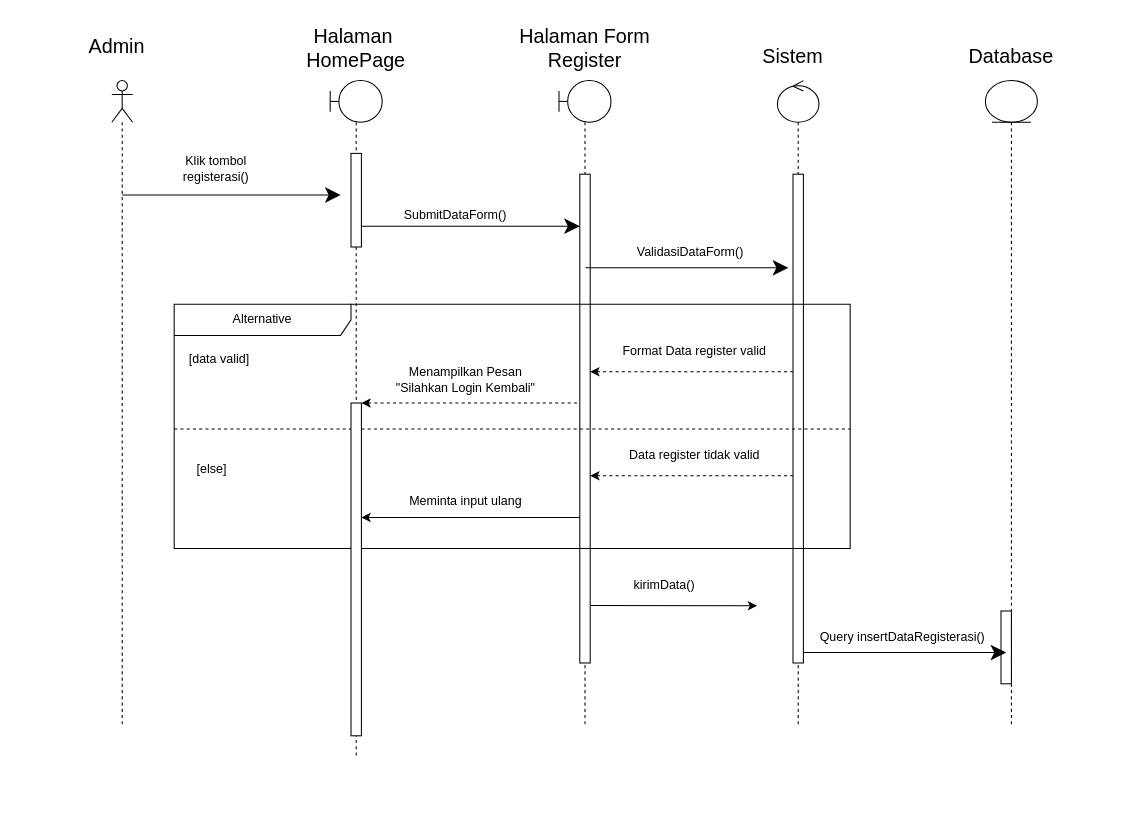
Earlier version of the draw.io diagram page "Registerasi" (26 of 31) of FIxed/Sequence Complete .drawio (AriqFaridzki/SE-UTS-2023). Source tidied: cells renumbered, new cells numbered last; positions are measured from the earlier drawing's top-left corner, leaving out a move shared by most shapes. Both pictures are drawn from the tidied source at 104%, with x=0, y=0 at pixel (18, 18).
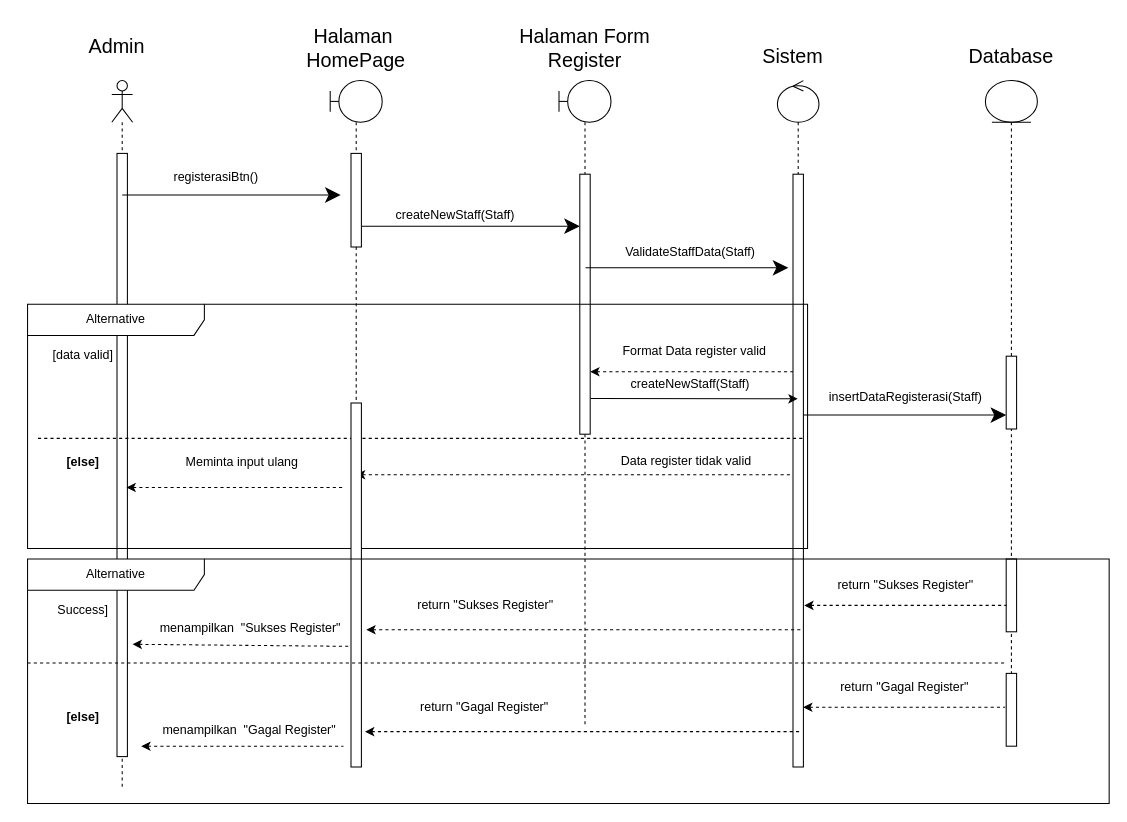
The same page after the edit.

Unchanged cells that the change refers to:
```xml
<mxCell id="5" style="shape=umlLifeline;perimeter=lifelinePerimeter;whiteSpace=wrap;html=1;newEdgeStyle={&quot;edgeStyle&quot;:&quot;elbowEdgeStyle&quot;,&quot;elbow&quot;:&quot;vertical&quot;,&quot;curved&quot;:0,&quot;rounded&quot;:0};participant=umlBoundary;" parent="1" vertex="1">
  <mxGeometry x="520" y="60" width="50" height="620" as="geometry" />
</mxCell>
```

The edit, as a diff of the source:
```diff
@@
     <mxCell id="2" style="shape=umlLifeline;perimeter=lifelinePerimeter;whiteSpace=wrap;html=1;newEdgeStyle={&quot;edgeStyle&quot;:&quot;elbowEdgeStyle&quot;,&quot;elbow&quot;:&quot;vertical&quot;,&quot;curved&quot;:0,&quot;rounded&quot;:0};participant=umlActor;" parent="1" vertex="1">
-      <mxGeometry x="90" y="60" width="20" height="620" as="geometry" />
+      <mxGeometry x="90" y="60" width="20" height="680" as="geometry" />
     </mxCell>
+    <mxCell id="38" style="html=1;perimeter=orthogonalPerimeter;targetShapes=umlLifeline;newEdgeStyle={&quot;edgeStyle&quot;:&quot;elbowEdgeStyle&quot;,&quot;elbow&quot;:&quot;vertical&quot;,&quot;curved&quot;:0,&quot;rounded&quot;:0};" parent="2" vertex="1">
+      <mxGeometry x="5" y="70" width="10" height="580" as="geometry" />
+    </mxCell>
@@
-    <mxCell id="6" style="edgeStyle=elbowEdgeStyle;rounded=0;orthogonalLoop=1;jettySize=auto;html=1;elbow=vertical;curved=0;" parent="5" edge="1">
-      <mxGeometry relative="1" as="geometry">
-        <mxPoint x="30.5" y="504.7" as="sourcePoint" />
-        <mxPoint x="190.5" y="505" as="targetPoint" />
-      </mxGeometry>
-    </mxCell>
     <mxCell id="7" style="html=1;points=[];perimeter=orthogonalPerimeter;outlineConnect=0;targetShapes=umlLifeline;portConstraint=eastwest;newEdgeStyle={&quot;edgeStyle&quot;:&quot;elbowEdgeStyle&quot;,&quot;elbow&quot;:&quot;vertical&quot;,&quot;curved&quot;:0,&quot;rounded&quot;:0};" parent="5" vertex="1">
-      <mxGeometry x="20" y="90" width="10" height="470" as="geometry" />
+      <mxGeometry x="20" y="90" width="10" height="250" as="geometry" />
     </mxCell>
@@
     <mxCell id="9" style="shape=umlLifeline;perimeter=lifelinePerimeter;whiteSpace=wrap;html=1;newEdgeStyle={&quot;edgeStyle&quot;:&quot;elbowEdgeStyle&quot;,&quot;elbow&quot;:&quot;vertical&quot;,&quot;curved&quot;:0,&quot;rounded&quot;:0};participant=umlControl;" parent="1" vertex="1">
-      <mxGeometry x="730" y="60" width="40" height="620" as="geometry" />
+      <mxGeometry x="730" y="60" width="40" height="660" as="geometry" />
     </mxCell>
     <mxCell id="10" style="html=1;points=[];perimeter=orthogonalPerimeter;outlineConnect=0;targetShapes=umlLifeline;portConstraint=eastwest;newEdgeStyle={&quot;edgeStyle&quot;:&quot;elbowEdgeStyle&quot;,&quot;elbow&quot;:&quot;vertical&quot;,&quot;curved&quot;:0,&quot;rounded&quot;:0};" parent="9" vertex="1">
-      <mxGeometry x="15" y="90" width="10" height="470" as="geometry" />
+      <mxGeometry x="15" y="90" width="10" height="570" as="geometry" />
     </mxCell>
     <mxCell id="11" style="shape=umlLifeline;perimeter=lifelinePerimeter;whiteSpace=wrap;html=1;newEdgeStyle={&quot;edgeStyle&quot;:&quot;elbowEdgeStyle&quot;,&quot;elbow&quot;:&quot;vertical&quot;,&quot;curved&quot;:0,&quot;rounded&quot;:0};participant=umlEntity;" parent="1" vertex="1">
-      <mxGeometry x="930" y="60" width="50" height="620" as="geometry" />
+      <mxGeometry x="930" y="60" width="50" height="640" as="geometry" />
     </mxCell>
     <mxCell id="12" style="html=1;perimeter=orthogonalPerimeter;targetShapes=umlLifeline;newEdgeStyle={&quot;edgeStyle&quot;:&quot;elbowEdgeStyle&quot;,&quot;elbow&quot;:&quot;vertical&quot;,&quot;curved&quot;:0,&quot;rounded&quot;:0};" parent="11" vertex="1">
-      <mxGeometry x="15" y="510" width="10" height="70" as="geometry" />
+      <mxGeometry x="20" y="265" width="10" height="70" as="geometry" />
     </mxCell>
+    <mxCell id="39" style="html=1;perimeter=orthogonalPerimeter;targetShapes=umlLifeline;newEdgeStyle={&quot;edgeStyle&quot;:&quot;elbowEdgeStyle&quot;,&quot;elbow&quot;:&quot;vertical&quot;,&quot;curved&quot;:0,&quot;rounded&quot;:0};" parent="11" vertex="1">
+      <mxGeometry x="20" y="460" width="10" height="70" as="geometry" />
+    </mxCell>
+    <mxCell id="40" style="html=1;perimeter=orthogonalPerimeter;targetShapes=umlLifeline;newEdgeStyle={&quot;edgeStyle&quot;:&quot;elbowEdgeStyle&quot;,&quot;elbow&quot;:&quot;vertical&quot;,&quot;curved&quot;:0,&quot;rounded&quot;:0};" parent="11" vertex="1">
+      <mxGeometry x="20" y="570" width="10" height="70" as="geometry" />
+    </mxCell>
@@
-    <mxCell id="15" value="SubmitDataForm()" style="text;html=1;align=center;verticalAlign=middle;strokeColor=none;fillColor=none;" parent="1" vertex="1">
-      <mxGeometry x="360" y="175" width="120" height="30" as="geometry" />
+    <mxCell id="15" value="createNewStaff(Staff)" style="text;html=1;align=center;verticalAlign=middle;strokeColor=none;fillColor=none;" parent="1" vertex="1">
+      <mxGeometry x="350" y="175" width="140" height="30" as="geometry" />
     </mxCell>
-    <mxCell id="16" value="ValidasiDataForm()" style="text;html=1;align=center;verticalAlign=middle;strokeColor=none;fillColor=none;" parent="1" vertex="1">
-      <mxGeometry x="580.5" y="210" width="130" height="30" as="geometry" />
+    <mxCell id="16" value="ValidateStaffData(Staff)" style="text;html=1;align=center;verticalAlign=middle;strokeColor=none;fillColor=none;" parent="1" vertex="1">
+      <mxGeometry x="570.5" y="210" width="150" height="30" as="geometry" />
     </mxCell>
@@
-    <mxCell id="19" value="kirimData()" style="text;html=1;align=center;verticalAlign=middle;strokeColor=none;fillColor=none;" parent="1" vertex="1">
-      <mxGeometry x="581" y="530" width="80" height="30" as="geometry" />
+    <mxCell id="19" value="createNewStaff(Staff)" style="text;html=1;align=center;verticalAlign=middle;strokeColor=none;fillColor=none;" parent="1" vertex="1">
+      <mxGeometry x="575.5" y="337" width="140" height="30" as="geometry" />
     </mxCell>
-    <mxCell id="20" style="endArrow=classic;endFill=1;endSize=12;html=1;rounded=0;" parent="1" edge="1" source="10">
+    <mxCell id="20" style="endArrow=classic;endFill=1;endSize=12;html=1;rounded=0;" parent="1" edge="1">
       <mxGeometry relative="1" as="geometry">
-        <mxPoint x="950" y="610" as="targetPoint" />
+        <mxPoint x="755" y="381.6" as="sourcePoint" />
+        <mxPoint x="950" y="381.6" as="targetPoint" />
       </mxGeometry>
     </mxCell>
-    <mxCell id="21" value="Query insertDataRegisterasi()" style="text;html=1;align=center;verticalAlign=middle;strokeColor=none;fillColor=none;" parent="1" vertex="1">
-      <mxGeometry x="760" y="580" width="180" height="30" as="geometry" />
+    <mxCell id="21" value="insertDataRegisterasi(Staff)" style="text;html=1;align=center;verticalAlign=middle;strokeColor=none;fillColor=none;" parent="1" vertex="1">
+      <mxGeometry x="763" y="350" width="180" height="30" as="geometry" />
     </mxCell>
     <mxCell id="22" value="Alternative" style="shape=umlFrame;whiteSpace=wrap;html=1;width=170;" parent="1" vertex="1">
-      <mxGeometry x="150" y="275" width="650" height="235" as="geometry" />
+      <mxGeometry x="9" y="275" width="750" height="235" as="geometry" />
     </mxCell>
-    <mxCell id="23" value="[else]" style="line;strokeWidth=1;dashed=1;labelPosition=center;verticalLabelPosition=bottom;align=left;verticalAlign=top;spacingLeft=20;spacingTop=15;html=1;whiteSpace=wrap;" parent="1" vertex="1">
-      <mxGeometry x="150" y="385" width="650" height="20" as="geometry" />
+    <mxCell id="23" style="line;strokeWidth=1;dashed=1;labelPosition=center;verticalLabelPosition=bottom;align=left;verticalAlign=top;spacingLeft=20;spacingTop=15;html=1;whiteSpace=wrap;" parent="1" vertex="1">
+      <mxGeometry x="19" y="394" width="735" height="20" as="geometry" />
     </mxCell>
     <mxCell id="24" value="&lt;span style=&quot;font-weight: normal;&quot;&gt;[data valid]&lt;/span&gt;" style="text;align=center;fontStyle=1;verticalAlign=middle;spacingLeft=3;spacingRight=3;strokeColor=none;html=1;" parent="1" vertex="1">
-      <mxGeometry x="150" y="315" width="85.1" height="26" as="geometry" />
+      <mxGeometry x="19" y="311" width="85.1" height="26" as="geometry" />
     </mxCell>
@@
-    <mxCell id="26" style="endArrow=none;endFill=0;endSize=12;html=1;rounded=0;startArrow=classic;startFill=1;dashed=1;" parent="1" edge="1" source="34">
-      <mxGeometry relative="1" as="geometry">
-        <mxPoint x="540" y="370" as="targetPoint" />
-      </mxGeometry>
-    </mxCell>
-    <mxCell id="27" value="Menampilkan Pesan&lt;br&gt;&quot;Silahkan Login Kembali&quot;" style="text;html=1;align=center;verticalAlign=middle;strokeColor=none;fillColor=none;" parent="1" vertex="1">
-      <mxGeometry x="350" y="328" width="160" height="40" as="geometry" />
-    </mxCell>
-    <mxCell id="28" style="endArrow=none;endFill=0;endSize=12;html=1;rounded=0;dashed=1;startArrow=classic;startFill=1;" parent="1" edge="1" target="10">
+    <mxCell id="28" style="endArrow=none;endFill=0;endSize=12;html=1;rounded=0;dashed=1;startArrow=classic;startFill=1;" parent="1" edge="1">
       <mxGeometry relative="1" as="geometry">
-        <mxPoint x="550" y="440" as="sourcePoint" />
+        <mxPoint x="324.7" y="439" as="sourcePoint" />
+        <mxPoint x="743" y="439" as="targetPoint" />
       </mxGeometry>
     </mxCell>
     <mxCell id="29" value="Data register tidak valid" style="text;html=1;align=center;verticalAlign=middle;strokeColor=none;fillColor=none;" parent="1" vertex="1">
-      <mxGeometry x="575" y="405" width="150" height="30" as="geometry" />
+      <mxGeometry x="567" y="411" width="150" height="30" as="geometry" />
     </mxCell>
-    <mxCell id="30" style="endArrow=none;endFill=0;endSize=12;html=1;rounded=0;startArrow=classic;startFill=1;" parent="1" edge="1" target="7">
+    <mxCell id="30" style="endArrow=none;endFill=0;endSize=12;html=1;rounded=0;startArrow=classic;startFill=1;dashed=1;" parent="1" edge="1">
       <mxGeometry relative="1" as="geometry">
-        <mxPoint x="330" y="480" as="sourcePoint" />
+        <mxPoint x="104.1" y="451.2" as="sourcePoint" />
+        <mxPoint x="314.1" y="451.2" as="targetPoint" />
       </mxGeometry>
     </mxCell>
     <mxCell id="31" value="Meminta input ulang" style="text;html=1;align=center;verticalAlign=middle;strokeColor=none;fillColor=none;" parent="1" vertex="1">
-      <mxGeometry x="365" y="450" width="130" height="30" as="geometry" />
+      <mxGeometry x="150" y="412" width="130" height="30" as="geometry" />
     </mxCell>
     <mxCell id="32" style="shape=umlLifeline;perimeter=lifelinePerimeter;whiteSpace=wrap;html=1;newEdgeStyle={&quot;edgeStyle&quot;:&quot;elbowEdgeStyle&quot;,&quot;elbow&quot;:&quot;vertical&quot;,&quot;curved&quot;:0,&quot;rounded&quot;:0};participant=umlBoundary;" parent="1" vertex="1">
-      <mxGeometry x="300" y="60" width="50" height="650" as="geometry" />
+      <mxGeometry x="300" y="60" width="50" height="660" as="geometry" />
     </mxCell>
@@
     <mxCell id="34" style="html=1;points=[];perimeter=orthogonalPerimeter;outlineConnect=0;targetShapes=umlLifeline;portConstraint=eastwest;newEdgeStyle={&quot;edgeStyle&quot;:&quot;elbowEdgeStyle&quot;,&quot;elbow&quot;:&quot;vertical&quot;,&quot;curved&quot;:0,&quot;rounded&quot;:0};" parent="32" vertex="1">
-      <mxGeometry x="20" y="310" width="10" height="320" as="geometry" />
+      <mxGeometry x="20" y="310" width="10" height="350" as="geometry" />
     </mxCell>
@@
-    <mxCell id="37" value="Klik tombol&lt;br&gt;registerasi()" style="text;html=1;align=center;verticalAlign=middle;strokeColor=none;fillColor=none;" parent="1" vertex="1">
-      <mxGeometry x="145" y="125" width="90" height="40" as="geometry" />
+    <mxCell id="37" value="&lt;br&gt;registerasiBtn()" style="text;html=1;align=center;verticalAlign=middle;strokeColor=none;fillColor=none;" parent="1" vertex="1">
+      <mxGeometry x="135" y="125" width="110" height="40" as="geometry" />
     </mxCell>
+    <mxCell id="6" style="edgeStyle=elbowEdgeStyle;rounded=0;orthogonalLoop=1;jettySize=auto;html=1;elbow=vertical;curved=0;" parent="1" edge="1">
+      <mxGeometry relative="1" as="geometry">
+        <mxPoint x="550.5" y="365.7" as="sourcePoint" />
+        <mxPoint x="749.5" y="365.8" as="targetPoint" />
+      </mxGeometry>
+    </mxCell>
+    <mxCell id="41" value="Alternative" style="shape=umlFrame;whiteSpace=wrap;html=1;width=170;" parent="1" vertex="1">
+      <mxGeometry x="9" y="520" width="1040" height="235" as="geometry" />
+    </mxCell>
+    <mxCell id="42" value="[else]" style="text;align=center;fontStyle=1;verticalAlign=middle;spacingLeft=3;spacingRight=3;strokeColor=none;html=1;" parent="1" vertex="1">
+      <mxGeometry x="19" y="414" width="85.1" height="26" as="geometry" />
+    </mxCell>
+    <mxCell id="43" style="endArrow=none;endFill=0;endSize=12;html=1;rounded=0;dashed=1;startArrow=classic;startFill=1;" parent="1" edge="1">
+      <mxGeometry relative="1" as="geometry">
+        <mxPoint x="334.7" y="588" as="sourcePoint" />
+        <mxPoint x="753" y="588" as="targetPoint" />
+      </mxGeometry>
+    </mxCell>
+    <mxCell id="44" value="return &quot;Sukses Register&quot;" style="text;html=1;align=center;verticalAlign=middle;strokeColor=none;fillColor=none;" parent="1" vertex="1">
+      <mxGeometry x="369" y="550" width="160" height="30" as="geometry" />
+    </mxCell>
+    <mxCell id="45" style="line;strokeWidth=1;dashed=1;labelPosition=center;verticalLabelPosition=bottom;align=left;verticalAlign=top;spacingLeft=20;spacingTop=15;html=1;whiteSpace=wrap;" parent="1" vertex="1">
+      <mxGeometry x="9" y="610" width="940" height="20" as="geometry" />
+    </mxCell>
+    <mxCell id="46" style="endArrow=none;endFill=0;endSize=12;html=1;rounded=0;dashed=1;startArrow=classic;startFill=1;" parent="1" edge="1">
+      <mxGeometry relative="1" as="geometry">
+        <mxPoint x="755.8" y="564.6" as="sourcePoint" />
+        <mxPoint x="950.2" y="564.6" as="targetPoint" />
+      </mxGeometry>
+    </mxCell>
+    <mxCell id="47" value="return &quot;Sukses Register&quot;" style="text;html=1;align=center;verticalAlign=middle;strokeColor=none;fillColor=none;" parent="1" vertex="1">
+      <mxGeometry x="773" y="530" width="160" height="30" as="geometry" />
+    </mxCell>
+    <mxCell id="48" style="endArrow=none;endFill=0;endSize=12;html=1;rounded=0;dashed=1;startArrow=classic;startFill=1;" parent="1" edge="1">
+      <mxGeometry relative="1" as="geometry">
+        <mxPoint x="110" y="602" as="sourcePoint" />
+        <mxPoint x="319" y="604" as="targetPoint" />
+      </mxGeometry>
+    </mxCell>
+    <mxCell id="49" value="menampilkan&amp;nbsp; &quot;Sukses Register&quot;" style="text;html=1;align=center;verticalAlign=middle;strokeColor=none;fillColor=none;" parent="1" vertex="1">
+      <mxGeometry x="118.3" y="572" width="210" height="30" as="geometry" />
+    </mxCell>
+    <mxCell id="50" style="endArrow=none;endFill=0;endSize=12;html=1;rounded=0;dashed=1;startArrow=classic;startFill=1;" parent="1" edge="1">
+      <mxGeometry relative="1" as="geometry">
+        <mxPoint x="333.5" y="686" as="sourcePoint" />
+        <mxPoint x="751.8" y="686" as="targetPoint" />
+      </mxGeometry>
+    </mxCell>
+    <mxCell id="51" value="return &quot;Gagal Register&quot;" style="text;html=1;align=center;verticalAlign=middle;strokeColor=none;fillColor=none;" parent="1" vertex="1">
+      <mxGeometry x="372.8" y="648" width="150" height="30" as="geometry" />
+    </mxCell>
+    <mxCell id="52" style="endArrow=none;endFill=0;endSize=12;html=1;rounded=0;dashed=1;startArrow=classic;startFill=1;" parent="1" edge="1">
+      <mxGeometry relative="1" as="geometry">
+        <mxPoint x="754.7" y="662.6" as="sourcePoint" />
+        <mxPoint x="949" y="662.6" as="targetPoint" />
+      </mxGeometry>
+    </mxCell>
+    <mxCell id="53" value="return &quot;Gagal Register&quot;" style="text;html=1;align=center;verticalAlign=middle;strokeColor=none;fillColor=none;" parent="1" vertex="1">
+      <mxGeometry x="776.8" y="628" width="150" height="30" as="geometry" />
+    </mxCell>
+    <mxCell id="54" value="menampilkan&amp;nbsp; &quot;Gagal Register&quot;" style="text;html=1;align=center;verticalAlign=middle;strokeColor=none;fillColor=none;" parent="1" vertex="1">
+      <mxGeometry x="122.2" y="670" width="200" height="30" as="geometry" />
+    </mxCell>
+    <mxCell id="55" style="endArrow=none;endFill=0;endSize=12;html=1;rounded=0;dashed=1;startArrow=classic;startFill=1;" parent="1" edge="1">
+      <mxGeometry relative="1" as="geometry">
+        <mxPoint x="118.3" y="700" as="sourcePoint" />
+        <mxPoint x="312.7" y="700" as="targetPoint" />
+      </mxGeometry>
+    </mxCell>
+    <mxCell id="56" value="&lt;span style=&quot;font-weight: normal;&quot;&gt;Success]&lt;/span&gt;" style="text;align=center;fontStyle=1;verticalAlign=middle;spacingLeft=3;spacingRight=3;strokeColor=none;html=1;" parent="1" vertex="1">
+      <mxGeometry x="19" y="555.5" width="85.1" height="26" as="geometry" />
+    </mxCell>
+    <mxCell id="57" value="[else]" style="text;align=center;fontStyle=1;verticalAlign=middle;spacingLeft=3;spacingRight=3;strokeColor=none;html=1;" parent="1" vertex="1">
+      <mxGeometry x="19" y="658.5" width="85.1" height="26" as="geometry" />
+    </mxCell>
```
